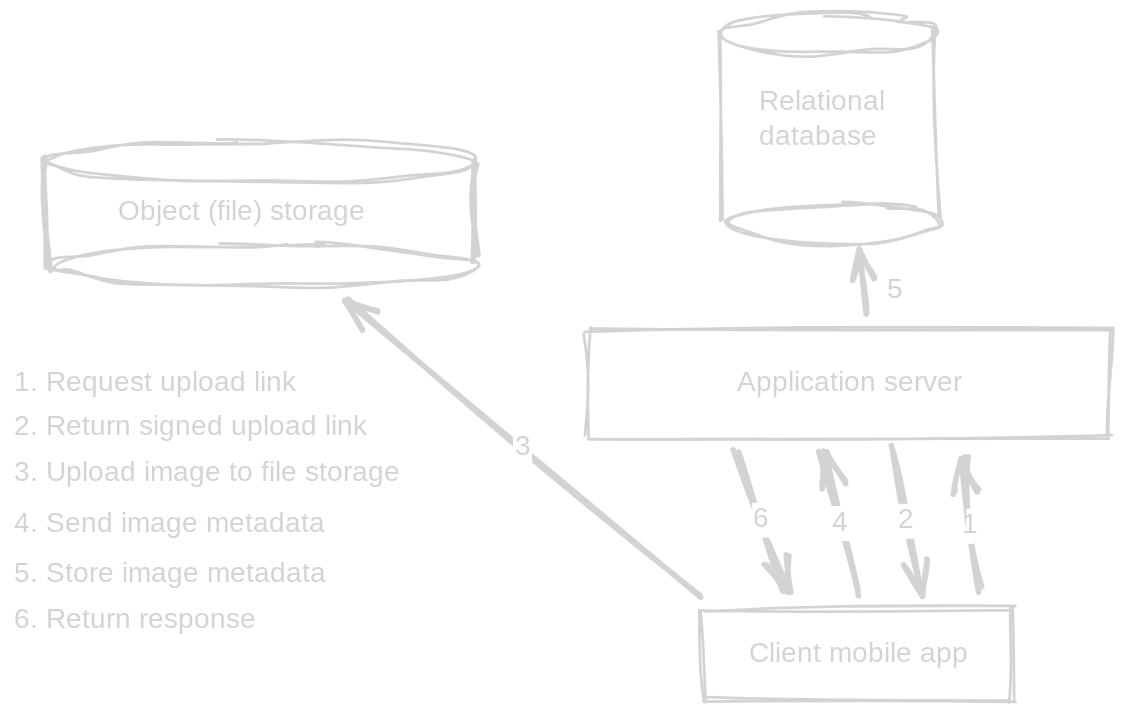
filipegeric/scaling-the-client keeps this Excalidraw diagram as images/gym-app-upload-6-revised.svg. Above is the earlier version. Source tidied: one line per element, renumbered; positions are measured from the earlier drawing's top-left corner, leaving out a move shared by most shapes. The source it was exported from:
```json
{"id": 0, "type": "rectangle", "strokeColor": "#1e1e1e", "strokeWidth": 2, "roughness": 2, "x": 492, "y": 425, "width": 222, "height": 65}
{"id": 1, "type": "text", "text": "Client mobile app", "strokeColor": "#1e1e1e", "backgroundColor": "#ffffff", "fillStyle": "solid", "strokeWidth": 2, "roughness": 2, "fontSize": 20, "fontFamily": 1, "textAlign": "center", "verticalAlign": "middle", "inside": 0, "x": 522, "y": 445, "width": 162, "height": 25}
{"id": 2, "type": "rectangle", "strokeColor": "#1e1e1e", "strokeWidth": 2, "roughness": 2, "x": 410, "y": 225, "width": 372, "height": 78}
{"id": 3, "type": "text", "text": "Application server", "strokeColor": "#1e1e1e", "backgroundColor": "#ffffff", "fillStyle": "solid", "strokeWidth": 2, "roughness": 2, "fontSize": 20, "fontFamily": 1, "textAlign": "center", "verticalAlign": "middle", "inside": 2, "x": 510, "y": 251, "width": 172, "height": 25}
{"id": 4, "type": "ellipse", "strokeColor": "#1e1e1e", "strokeWidth": 2, "roughness": 2, "x": 509, "y": 135, "width": 153, "height": 28}
{"id": 5, "type": "ellipse", "strokeColor": "#1e1e1e", "strokeWidth": 2, "roughness": 2, "x": 506, "y": 0, "width": 153, "height": 28}
{"id": 6, "type": "line", "strokeColor": "#1e1e1e", "backgroundColor": "#ffffff", "fillStyle": "solid", "strokeWidth": 2, "roughness": 2, "x": 503, "y": 13, "width": 2, "height": 135, "points": [[0, 0], [2, 135]]}
{"id": 7, "type": "line", "strokeColor": "#1e1e1e", "backgroundColor": "#ffffff", "fillStyle": "solid", "strokeWidth": 2, "roughness": 2, "x": 657, "y": 11, "width": 3, "height": 136, "points": [[0, 0], [3, 136]]}
{"id": 8, "type": "text", "text": "Relational \ndatabase", "strokeColor": "#1e1e1e", "backgroundColor": "#ffffff", "fillStyle": "solid", "strokeWidth": 2, "roughness": 2, "fontSize": 20, "fontFamily": 1, "x": 532, "y": 51, "width": 108, "height": 50}
{"id": 9, "type": "ellipse", "strokeColor": "#1e1e1e", "strokeWidth": 2, "roughness": 2, "x": 26, "y": 165, "width": 305, "height": 29}
{"id": 10, "type": "ellipse", "strokeColor": "#1e1e1e", "strokeWidth": 2, "roughness": 2, "x": 23, "y": 91, "width": 305, "height": 29}
{"id": 11, "type": "text", "text": "Object (file) storage", "strokeColor": "#1e1e1e", "strokeWidth": 4, "roughness": 2, "fontSize": 20, "fontFamily": 1, "x": 75, "y": 129, "width": 205, "height": 25}
{"id": 12, "type": "line", "strokeColor": "#1e1e1e", "strokeWidth": 4, "roughness": 2, "x": 22, "y": 103, "width": 2, "height": 77, "points": [[0, 0], [2, 77]]}
{"id": 13, "type": "line", "strokeColor": "#1e1e1e", "strokeWidth": 4, "roughness": 2, "x": 327, "y": 105, "width": 3, "height": 69, "points": [[0, 0], [3, 69]]}
{"id": 14, "type": "arrow", "strokeColor": "#1e1e1e", "strokeWidth": 4, "roughness": 2, "endArrowhead": "arrow", "from": 0, "to": 2, "x": 688, "y": 412, "width": 10, "height": 92, "points": [[0, 0], [-10, -92]]}
{"id": 15, "type": "text", "text": "1", "strokeColor": "#1e1e1e", "strokeWidth": 4, "roughness": 2, "fontSize": 20, "fontFamily": 1, "textAlign": "center", "verticalAlign": "middle", "inside": 14, "x": 680, "y": 353, "width": 5, "height": 25}
{"id": 16, "type": "text", "text": "1. Request upload link", "strokeColor": "#1e1e1e", "strokeWidth": 4, "roughness": 2, "fontSize": 20, "fontFamily": 1, "x": 0, "y": 251, "width": 212, "height": 25}
{"id": 17, "type": "arrow", "strokeColor": "#1e1e1e", "strokeWidth": 4, "roughness": 2, "endArrowhead": "arrow", "from": 2, "to": 0, "x": 626, "y": 310, "width": 23, "height": 104, "points": [[0, 0], [23, 104]]}
{"id": 18, "type": "text", "text": "2", "strokeColor": "#1e1e1e", "strokeWidth": 4, "roughness": 2, "fontSize": 20, "fontFamily": 1, "textAlign": "center", "verticalAlign": "middle", "inside": 17, "x": 630, "y": 350, "width": 14, "height": 25}
{"id": 19, "type": "text", "text": "2. Return signed upload link", "strokeColor": "#1e1e1e", "strokeWidth": 4, "roughness": 2, "fontSize": 20, "fontFamily": 1, "x": 0, "y": 283, "width": 273, "height": 25}
{"id": 20, "type": "arrow", "strokeColor": "#1e1e1e", "strokeWidth": 4, "roughness": 2, "endArrowhead": "arrow", "from": 0, "to": 9, "x": 490, "y": 417, "width": 254, "height": 214, "points": [[0, 0], [-254, -214]]}
{"id": 21, "type": "text", "text": "3", "strokeColor": "#1e1e1e", "strokeWidth": 4, "roughness": 2, "fontSize": 20, "fontFamily": 1, "textAlign": "center", "verticalAlign": "middle", "inside": 20, "x": 356, "y": 297, "width": 14, "height": 25}
{"id": 22, "type": "text", "text": "3. Upload image to file storage", "strokeColor": "#1e1e1e", "strokeWidth": 4, "roughness": 2, "fontSize": 20, "fontFamily": 1, "x": 0, "y": 316, "width": 314, "height": 25}
{"id": 23, "type": "arrow", "strokeColor": "#1e1e1e", "strokeWidth": 4, "roughness": 2, "endArrowhead": "arrow", "from": 0, "to": 2, "x": 602, "y": 414, "width": 23, "height": 99, "points": [[0, 0], [-23, -99]]}
{"id": 24, "type": "text", "text": "4", "strokeColor": "#1e1e1e", "strokeWidth": 4, "roughness": 2, "fontSize": 20, "fontFamily": 1, "textAlign": "center", "verticalAlign": "middle", "inside": 23, "x": 584, "y": 351, "width": 13, "height": 25}
{"id": 25, "type": "text", "text": "4. Send image metadata", "strokeColor": "#1e1e1e", "strokeWidth": 4, "roughness": 2, "fontSize": 20, "fontFamily": 1, "x": 0, "y": 352, "width": 241, "height": 25}
{"id": 26, "type": "arrow", "strokeColor": "#1e1e1e", "strokeWidth": 4, "roughness": 2, "endArrowhead": "arrow", "from": 2, "to": 4, "x": 608, "y": 214, "width": 3, "height": 45, "points": [[0, 0], [-3, -45]]}
{"id": 27, "type": "text", "text": "5", "strokeColor": "#1e1e1e", "strokeWidth": 4, "roughness": 2, "fontSize": 20, "fontFamily": 1, "x": 623, "y": 185, "width": 12, "height": 25}
{"id": 28, "type": "text", "text": "5. Store image metadata", "strokeColor": "#1e1e1e", "strokeWidth": 4, "roughness": 2, "fontSize": 20, "fontFamily": 1, "x": 0, "y": 388, "width": 251, "height": 25}
{"id": 29, "type": "arrow", "strokeColor": "#1e1e1e", "strokeWidth": 4, "roughness": 2, "endArrowhead": "arrow", "from": 2, "to": 0, "x": 515, "y": 313, "width": 37, "height": 98, "points": [[0, 0], [37, 98]]}
{"id": 30, "type": "text", "text": "6", "strokeColor": "#1e1e1e", "strokeWidth": 4, "roughness": 2, "fontSize": 20, "fontFamily": 1, "textAlign": "center", "verticalAlign": "middle", "inside": 29, "x": 527, "y": 349, "width": 13, "height": 25}
{"id": 31, "type": "text", "text": "6. Return response", "strokeColor": "#1e1e1e", "strokeWidth": 4, "roughness": 2, "fontSize": 20, "fontFamily": 1, "x": 0, "y": 421, "width": 186, "height": 25}
```
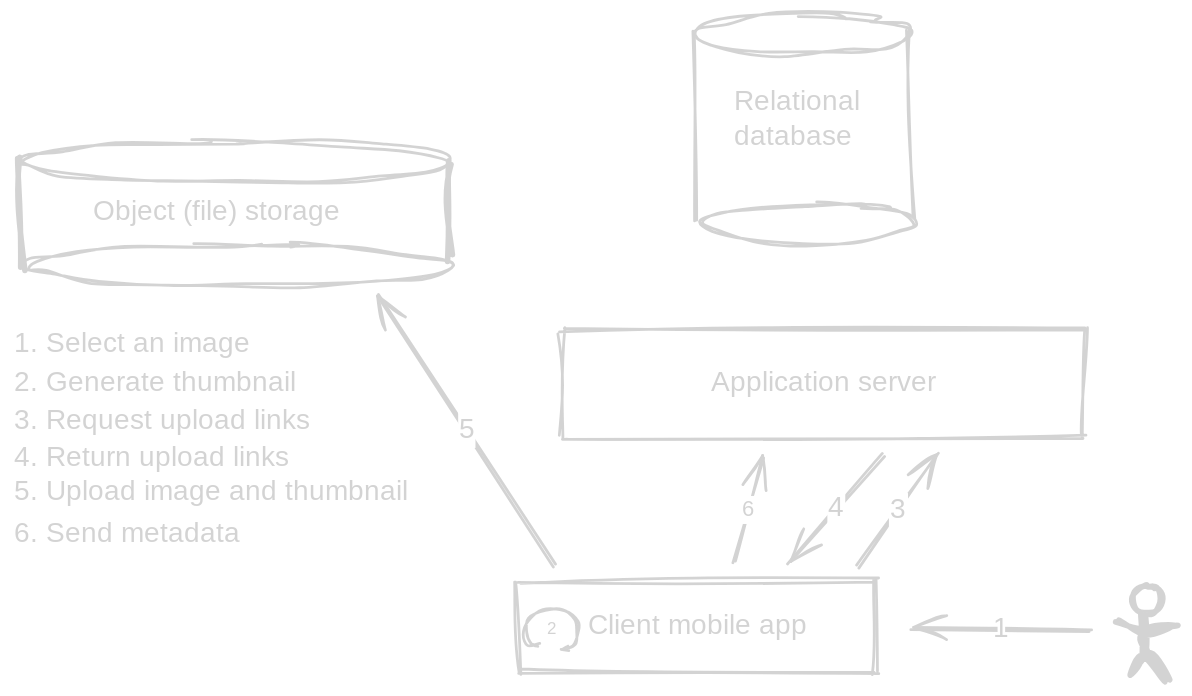
Above is the later version.

Diff of the diagram source:
```diff
@@ -1,5 +1,5 @@
-{"id": 0, "type": "rectangle", "strokeColor": "#1e1e1e", "strokeWidth": 2, "roughness": 2, "x": 492, "y": 425, "width": 222, "height": 65}
+{"id": 0, "type": "rectangle", "strokeColor": "#1e1e1e", "strokeWidth": 2, "roughness": 2, "x": 378, "y": 405, "width": 256, "height": 65}
-{"id": 1, "type": "text", "text": "Client mobile app", "strokeColor": "#1e1e1e", "backgroundColor": "#ffffff", "fillStyle": "solid", "strokeWidth": 2, "roughness": 2, "fontSize": 20, "fontFamily": 1, "textAlign": "center", "verticalAlign": "middle", "inside": 0, "x": 522, "y": 445, "width": 162, "height": 25}
+{"id": 1, "type": "text", "text": "Client mobile app", "strokeColor": "#1e1e1e", "backgroundColor": "#ffffff", "fillStyle": "solid", "strokeWidth": 2, "roughness": 2, "fontSize": 20, "fontFamily": 1, "textAlign": "center", "verticalAlign": "middle", "inside": 0, "x": 426, "y": 425, "width": 162, "height": 25}
 {"id": 2, "type": "rectangle", "strokeColor": "#1e1e1e", "strokeWidth": 2, "roughness": 2, "x": 410, "y": 225, "width": 372, "height": 78}
 {"id": 3, "type": "text", "text": "Application server", "strokeColor": "#1e1e1e", "backgroundColor": "#ffffff", "fillStyle": "solid", "strokeWidth": 2, "roughness": 2, "fontSize": 20, "fontFamily": 1, "textAlign": "center", "verticalAlign": "middle", "inside": 2, "x": 510, "y": 251, "width": 172, "height": 25}
 {"id": 4, "type": "ellipse", "strokeColor": "#1e1e1e", "strokeWidth": 2, "roughness": 2, "x": 509, "y": 135, "width": 153, "height": 28}
@@ -12,21 +12,29 @@
 {"id": 11, "type": "text", "text": "Object (file) storage", "strokeColor": "#1e1e1e", "strokeWidth": 4, "roughness": 2, "fontSize": 20, "fontFamily": 1, "x": 75, "y": 129, "width": 205, "height": 25}
 {"id": 12, "type": "line", "strokeColor": "#1e1e1e", "strokeWidth": 4, "roughness": 2, "x": 22, "y": 103, "width": 2, "height": 77, "points": [[0, 0], [2, 77]]}
 {"id": 13, "type": "line", "strokeColor": "#1e1e1e", "strokeWidth": 4, "roughness": 2, "x": 327, "y": 105, "width": 3, "height": 69, "points": [[0, 0], [3, 69]]}
-{"id": 14, "type": "arrow", "strokeColor": "#1e1e1e", "strokeWidth": 4, "roughness": 2, "endArrowhead": "arrow", "from": 0, "to": 2, "x": 688, "y": 412, "width": 10, "height": 92, "points": [[0, 0], [-10, -92]]}
+{"id": 32, "type": "ellipse", "strokeColor": "#1e1e1e", "strokeWidth": 4, "roughness": 2, "round": true, "x": 818, "y": 408, "width": 20, "height": 20}
+{"id": 33, "type": "line", "strokeColor": "#1e1e1e", "strokeWidth": 4, "roughness": 2, "round": true, "x": 827, "y": 428, "width": 46, "height": 47, "points": [[0, 0], [1, 29], [-13, 45], [1, 30], [17, 47], [-1, 28], [-1, 12], [23, 7], [-1, 12], [-22, 6]]}
+{"id": 34, "type": "arrow", "strokeColor": "#1e1e1e", "strokeWidth": 2, "roughness": 1, "endArrowhead": "arrow", "round": true, "x": 787, "y": 441, "width": 127, "height": 2, "points": [[0, 0], [-127, -2]]}
-{"id": 15, "type": "text", "text": "1", "strokeColor": "#1e1e1e", "strokeWidth": 4, "roughness": 2, "fontSize": 20, "fontFamily": 1, "textAlign": "center", "verticalAlign": "middle", "inside": 14, "x": 680, "y": 353, "width": 5, "height": 25}
+{"id": 15, "type": "text", "text": "1", "strokeColor": "#1e1e1e", "strokeWidth": 2, "roughness": 1, "fontSize": 20, "fontFamily": 1, "textAlign": "center", "verticalAlign": "middle", "inside": 34, "x": 721, "y": 428, "width": 5, "height": 25}
-{"id": 16, "type": "text", "text": "1. Request upload link", "strokeColor": "#1e1e1e", "strokeWidth": 4, "roughness": 2, "fontSize": 20, "fontFamily": 1, "x": 0, "y": 251, "width": 212, "height": 25}
-{"id": 17, "type": "arrow", "strokeColor": "#1e1e1e", "strokeWidth": 4, "roughness": 2, "endArrowhead": "arrow", "from": 2, "to": 0, "x": 626, "y": 310, "width": 23, "height": 104, "points": [[0, 0], [23, 104]]}
+{"id": 35, "type": "arrow", "strokeColor": "#1e1e1e", "strokeWidth": 2, "roughness": 1, "endArrowhead": "arrow", "round": true, "x": 394, "y": 451, "width": 39, "height": 28, "points": [[0, 0], [-8, -1], [-11, -8], [-8, -18], [3, -26], [17, -25], [27, -17], [28, -8], [24, 0], [15, 2]]}
-{"id": 18, "type": "text", "text": "2", "strokeColor": "#1e1e1e", "strokeWidth": 4, "roughness": 2, "fontSize": 20, "fontFamily": 1, "textAlign": "center", "verticalAlign": "middle", "inside": 17, "x": 630, "y": 350, "width": 14, "height": 25}
+{"id": 18, "type": "text", "text": "2", "strokeColor": "#1e1e1e", "strokeWidth": 2, "roughness": 1, "fontSize": 12.3, "fontFamily": 1, "x": 399, "y": 432, "width": 9, "height": 15}
-{"id": 19, "type": "text", "text": "2. Return signed upload link", "strokeColor": "#1e1e1e", "strokeWidth": 4, "roughness": 2, "fontSize": 20, "fontFamily": 1, "x": 0, "y": 283, "width": 273, "height": 25}
-{"id": 20, "type": "arrow", "strokeColor": "#1e1e1e", "strokeWidth": 4, "roughness": 2, "endArrowhead": "arrow", "from": 0, "to": 9, "x": 490, "y": 417, "width": 254, "height": 214, "points": [[0, 0], [-254, -214]]}
+{"id": 36, "type": "text", "text": "1. Select an image", "strokeColor": "#1e1e1e", "strokeWidth": 2, "roughness": 1, "fontSize": 20, "fontFamily": 1, "x": 18, "y": 224, "width": 176, "height": 25}
+{"id": 37, "type": "text", "text": "2. Generate thumbnail", "strokeColor": "#1e1e1e", "strokeWidth": 2, "roughness": 1, "fontSize": 20, "fontFamily": 1, "x": 18, "y": 251, "width": 219, "height": 25}
+{"id": 38, "type": "arrow", "strokeColor": "#1e1e1e", "strokeWidth": 2, "roughness": 1, "endArrowhead": "arrow", "round": true, "from": 0, "to": 2, "x": 621, "y": 395, "width": 58, "height": 80, "points": [[0, 0], [58, -80]]}
-{"id": 21, "type": "text", "text": "3", "strokeColor": "#1e1e1e", "strokeWidth": 4, "roughness": 2, "fontSize": 20, "fontFamily": 1, "textAlign": "center", "verticalAlign": "middle", "inside": 20, "x": 356, "y": 297, "width": 14, "height": 25}
+{"id": 21, "type": "text", "text": "3", "strokeColor": "#1e1e1e", "strokeWidth": 2, "roughness": 1, "fontSize": 20, "fontFamily": 1, "textAlign": "center", "verticalAlign": "middle", "inside": 38, "x": 643, "y": 342, "width": 14, "height": 25}
-{"id": 22, "type": "text", "text": "3. Upload image to file storage", "strokeColor": "#1e1e1e", "strokeWidth": 4, "roughness": 2, "fontSize": 20, "fontFamily": 1, "x": 0, "y": 316, "width": 314, "height": 25}
-{"id": 23, "type": "arrow", "strokeColor": "#1e1e1e", "strokeWidth": 4, "roughness": 2, "endArrowhead": "arrow", "from": 0, "to": 2, "x": 602, "y": 414, "width": 23, "height": 99, "points": [[0, 0], [-23, -99]]}
+{"id": 39, "type": "arrow", "strokeColor": "#1e1e1e", "strokeWidth": 2, "roughness": 1, "endArrowhead": "arrow", "round": true, "from": 2, "to": 0, "x": 640, "y": 315, "width": 68, "height": 78, "points": [[0, 0], [-68, 78]]}
-{"id": 24, "type": "text", "text": "4", "strokeColor": "#1e1e1e", "strokeWidth": 4, "roughness": 2, "fontSize": 20, "fontFamily": 1, "textAlign": "center", "verticalAlign": "middle", "inside": 23, "x": 584, "y": 351, "width": 13, "height": 25}
+{"id": 24, "type": "text", "text": "4", "strokeColor": "#1e1e1e", "strokeWidth": 2, "roughness": 1, "fontSize": 20, "fontFamily": 1, "textAlign": "center", "verticalAlign": "middle", "inside": 39, "x": 599, "y": 341, "width": 13, "height": 25}
-{"id": 25, "type": "text", "text": "4. Send image metadata", "strokeColor": "#1e1e1e", "strokeWidth": 4, "roughness": 2, "fontSize": 20, "fontFamily": 1, "x": 0, "y": 352, "width": 241, "height": 25}
-{"id": 26, "type": "arrow", "strokeColor": "#1e1e1e", "strokeWidth": 4, "roughness": 2, "endArrowhead": "arrow", "from": 2, "to": 4, "x": 608, "y": 214, "width": 3, "height": 45, "points": [[0, 0], [-3, -45]]}
+{"id": 40, "type": "arrow", "strokeColor": "#1e1e1e", "strokeWidth": 2, "roughness": 1, "endArrowhead": "arrow", "round": true, "from": 0, "to": 9, "x": 405, "y": 394, "width": 127, "height": 193, "points": [[0, 0], [-127, -193]]}
-{"id": 27, "type": "text", "text": "5", "strokeColor": "#1e1e1e", "strokeWidth": 4, "roughness": 2, "fontSize": 20, "fontFamily": 1, "x": 623, "y": 185, "width": 12, "height": 25}
+{"id": 27, "type": "text", "text": "5", "strokeColor": "#1e1e1e", "strokeWidth": 2, "roughness": 1, "fontSize": 20, "fontFamily": 1, "textAlign": "center", "verticalAlign": "middle", "inside": 40, "x": 335, "y": 285, "width": 12, "height": 25}
-{"id": 28, "type": "text", "text": "5. Store image metadata", "strokeColor": "#1e1e1e", "strokeWidth": 4, "roughness": 2, "fontSize": 20, "fontFamily": 1, "x": 0, "y": 388, "width": 251, "height": 25}
-{"id": 29, "type": "arrow", "strokeColor": "#1e1e1e", "strokeWidth": 4, "roughness": 2, "endArrowhead": "arrow", "from": 2, "to": 0, "x": 515, "y": 313, "width": 37, "height": 98, "points": [[0, 0], [37, 98]]}
+{"id": 41, "type": "arrow", "strokeColor": "#1e1e1e", "strokeWidth": 2, "roughness": 1, "endArrowhead": "arrow", "round": true, "from": 0, "to": 2, "x": 532, "y": 392, "width": 21, "height": 76, "points": [[0, 0], [21, -76]]}
-{"id": 30, "type": "text", "text": "6", "strokeColor": "#1e1e1e", "strokeWidth": 4, "roughness": 2, "fontSize": 20, "fontFamily": 1, "textAlign": "center", "verticalAlign": "middle", "inside": 29, "x": 527, "y": 349, "width": 13, "height": 25}
+{"id": 30, "type": "text", "text": "6", "strokeColor": "#1e1e1e", "strokeWidth": 2, "roughness": 1, "fontSize": 16, "fontFamily": 1, "textAlign": "center", "verticalAlign": "middle", "inside": 41, "x": 538, "y": 344, "width": 10, "height": 20}
-{"id": 31, "type": "text", "text": "6. Return response", "strokeColor": "#1e1e1e", "strokeWidth": 4, "roughness": 2, "fontSize": 20, "fontFamily": 1, "x": 0, "y": 421, "width": 186, "height": 25}
+{"id": 42, "type": "arrow", "strokeColor": "#1e1e1e", "strokeWidth": 2, "roughness": 1, "opacity": 0, "endArrowhead": "arrow", "round": true, "from": 2, "to": 4, "x": 520, "y": 213, "width": 73, "height": 39, "points": [[0, 0], [73, -39]]}
+{"id": 43, "type": "text", "text": "7", "strokeColor": "#1e1e1e", "strokeWidth": 2, "roughness": 1, "opacity": 0, "fontSize": 16, "fontFamily": 1, "textAlign": "center", "verticalAlign": "middle", "inside": 42, "x": 553, "y": 183, "width": 9, "height": 20}
+{"id": 44, "type": "arrow", "strokeColor": "#1e1e1e", "strokeWidth": 2, "roughness": 1, "opacity": 0, "endArrowhead": "arrow", "round": true, "from": 2, "to": 0, "x": 494, "y": 314, "width": 4, "height": 77, "points": [[0, 0], [4, 77]]}
+{"id": 45, "type": "text", "text": "8", "strokeColor": "#1e1e1e", "strokeWidth": 2, "roughness": 1, "opacity": 0, "fontSize": 16, "fontFamily": 1, "textAlign": "center", "verticalAlign": "middle", "inside": 44, "x": 490, "y": 342, "width": 12, "height": 20}
+{"id": 46, "type": "text", "text": "3. Request upload links", "strokeColor": "#1e1e1e", "strokeWidth": 2, "roughness": 1, "fontSize": 20, "fontFamily": 1, "x": 18, "y": 279, "width": 231, "height": 25}
+{"id": 47, "type": "text", "text": "4. Return upload links", "strokeColor": "#1e1e1e", "strokeWidth": 2, "roughness": 1, "fontSize": 20, "fontFamily": 1, "x": 18, "y": 306, "width": 215, "height": 25}
+{"id": 48, "type": "text", "text": "5. Upload image and thumbnail", "strokeColor": "#1e1e1e", "strokeWidth": 2, "roughness": 1, "fontSize": 20, "fontFamily": 1, "x": 18, "y": 330, "width": 296, "height": 25}
+{"id": 49, "type": "text", "text": "6. Send metadata", "strokeColor": "#1e1e1e", "strokeWidth": 2, "roughness": 1, "fontSize": 20, "fontFamily": 1, "x": 18, "y": 360, "width": 180, "height": 25}
+{"id": 50, "type": "text", "text": "7. Store metadata", "strokeColor": "#1e1e1e", "strokeWidth": 2, "roughness": 1, "opacity": 0, "fontSize": 20, "fontFamily": 1, "x": 18, "y": 388, "width": 188, "height": 25}
+{"id": 51, "type": "text", "text": "8. Return success response", "strokeColor": "#1e1e1e", "strokeWidth": 2, "roughness": 1, "opacity": 0, "fontSize": 20, "fontFamily": 1, "x": 18, "y": 416, "width": 273, "height": 25}
```
